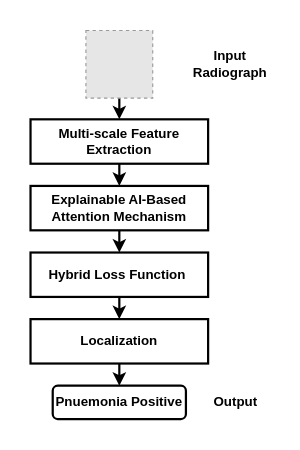
The draw.io diagram Gradnetv3_2.drawio in vinayak-k24/DrawIO, before the edit. Source tidied: cells renumbered, new cells numbered last; positions are measured from the earlier drawing's top-left corner, leaving out a move shared by most shapes. Both pictures are drawn from the tidied source at 111%, with x=0, y=0 at pixel (30, 30). Pictures stored in the file or linked from it are replaced by grey dashed boxes.
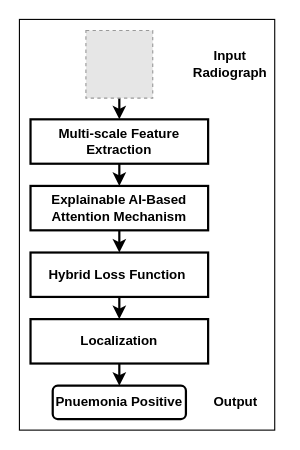
After the change.

The edit, as a diff of the source:
```diff
@@
 <mxGraphModel>
   <root>
     <mxCell id="0" />
     <mxCell id="1" parent="0" />
+    <mxCell id="15" style="rounded=0;whiteSpace=wrap;html=1;" parent="1" vertex="1">
+      <mxGeometry x="-10" y="-10" width="230" height="370" as="geometry" />
+    </mxCell>
     <mxCell id="2" style="edgeStyle=orthogonalEdgeStyle;rounded=0;jettySize=auto;html=1;exitX=0.5;exitY=1;exitDx=0;exitDy=0;entryX=0.5;entryY=0;entryDx=0;entryDy=0;strokeWidth=2;fontStyle=1;" parent="1" edge="1" source="3" target="5">
       <mxGeometry relative="1" as="geometry" />
     </mxCell>
     <mxCell id="3" value="Multi-scale Feature Extraction" style="rounded=0;whiteSpace=wrap;html=1;fontFamily=Helvetica;fontStyle=1;fontSize=12;strokeWidth=2;" parent="1" vertex="1">
       <mxGeometry y="80" width="160" height="40" as="geometry" />
     </mxCell>
     <mxCell id="4" style="edgeStyle=orthogonalEdgeStyle;rounded=0;jettySize=auto;html=1;exitX=0.5;exitY=1;exitDx=0;exitDy=0;entryX=0.5;entryY=0;entryDx=0;entryDy=0;strokeWidth=2;fontStyle=1;" parent="1" edge="1" source="5" target="7">
       <mxGeometry relative="1" as="geometry" />
     </mxCell>
     <mxCell id="5" value="Explainable AI-Based Attention Mechanism" style="rounded=0;whiteSpace=wrap;html=1;fontFamily=Helvetica;fontStyle=1;fontSize=12;strokeWidth=2;" parent="1" vertex="1">
       <mxGeometry y="140" width="160" height="40" as="geometry" />
     </mxCell>
     <mxCell id="6" style="edgeStyle=orthogonalEdgeStyle;rounded=0;jettySize=auto;html=1;exitX=0.5;exitY=1;exitDx=0;exitDy=0;entryX=0.5;entryY=0;entryDx=0;entryDy=0;strokeWidth=2;fontStyle=1;" parent="1" edge="1" source="7" target="9">
       <mxGeometry relative="1" as="geometry" />
     </mxCell>
     <mxCell id="7" value="&lt;span&gt;&lt;span lang=&quot;EN-US&quot;&gt;Hybrid Loss Function&amp;nbsp;&lt;/span&gt;&lt;/span&gt;" style="rounded=0;whiteSpace=wrap;html=1;fontFamily=Helvetica;fontStyle=1;fontSize=12;strokeWidth=2;" parent="1" vertex="1">
       <mxGeometry y="200" width="160" height="40" as="geometry" />
     </mxCell>
     <mxCell id="8" style="edgeStyle=orthogonalEdgeStyle;rounded=0;jettySize=auto;html=1;exitX=0.5;exitY=1;exitDx=0;exitDy=0;entryX=0.5;entryY=0;entryDx=0;entryDy=0;strokeWidth=2;fontStyle=1;" parent="1" edge="1" source="9" target="12">
       <mxGeometry relative="1" as="geometry" />
     </mxCell>
     <mxCell id="9" value="&lt;span&gt;&lt;span lang=&quot;EN-US&quot;&gt;Localization&lt;/span&gt;&lt;/span&gt;" style="rounded=0;whiteSpace=wrap;html=1;fontFamily=Helvetica;fontStyle=1;fontSize=12;strokeWidth=2;" parent="1" vertex="1">
       <mxGeometry y="260" width="160" height="40" as="geometry" />
     </mxCell>
     <mxCell id="10" style="edgeStyle=orthogonalEdgeStyle;rounded=0;jettySize=auto;html=1;exitX=0.5;exitY=1;exitDx=0;exitDy=0;entryX=0.5;entryY=0;entryDx=0;entryDy=0;strokeWidth=2;fontStyle=1;" parent="1" edge="1" source="11" target="3">
       <mxGeometry relative="1" as="geometry" />
     </mxCell>
     <mxCell id="11" style="fillColor=#E6E6E6;strokeColor=#999999;dashed=1;verticalLabelPosition=bottom;labelBackgroundColor=default;verticalAlign=top;fontStyle=1;" parent="1" vertex="1">
       <mxGeometry x="49.9" width="60.2" height="60.9" as="geometry" />
     </mxCell>
     <mxCell id="12" value="Pnuemonia Positive" style="rounded=1;whiteSpace=wrap;html=1;strokeWidth=2;fontStyle=1;" parent="1" vertex="1">
       <mxGeometry x="20" y="320" width="120" height="30" as="geometry" />
     </mxCell>
     <mxCell id="13" value="&lt;b&gt;Input Radiograph&lt;/b&gt;" style="text;html=1;align=center;verticalAlign=middle;whiteSpace=wrap;rounded=0;" parent="1" vertex="1">
       <mxGeometry x="140" y="15.4" width="80" height="30" as="geometry" />
     </mxCell>
     <mxCell id="14" value="&lt;b&gt;Output&lt;/b&gt;" style="text;html=1;align=center;verticalAlign=middle;whiteSpace=wrap;rounded=0;" parent="1" vertex="1">
       <mxGeometry x="145" y="320" width="80" height="30" as="geometry" />
     </mxCell>
   </root>
 </mxGraphModel>
```
